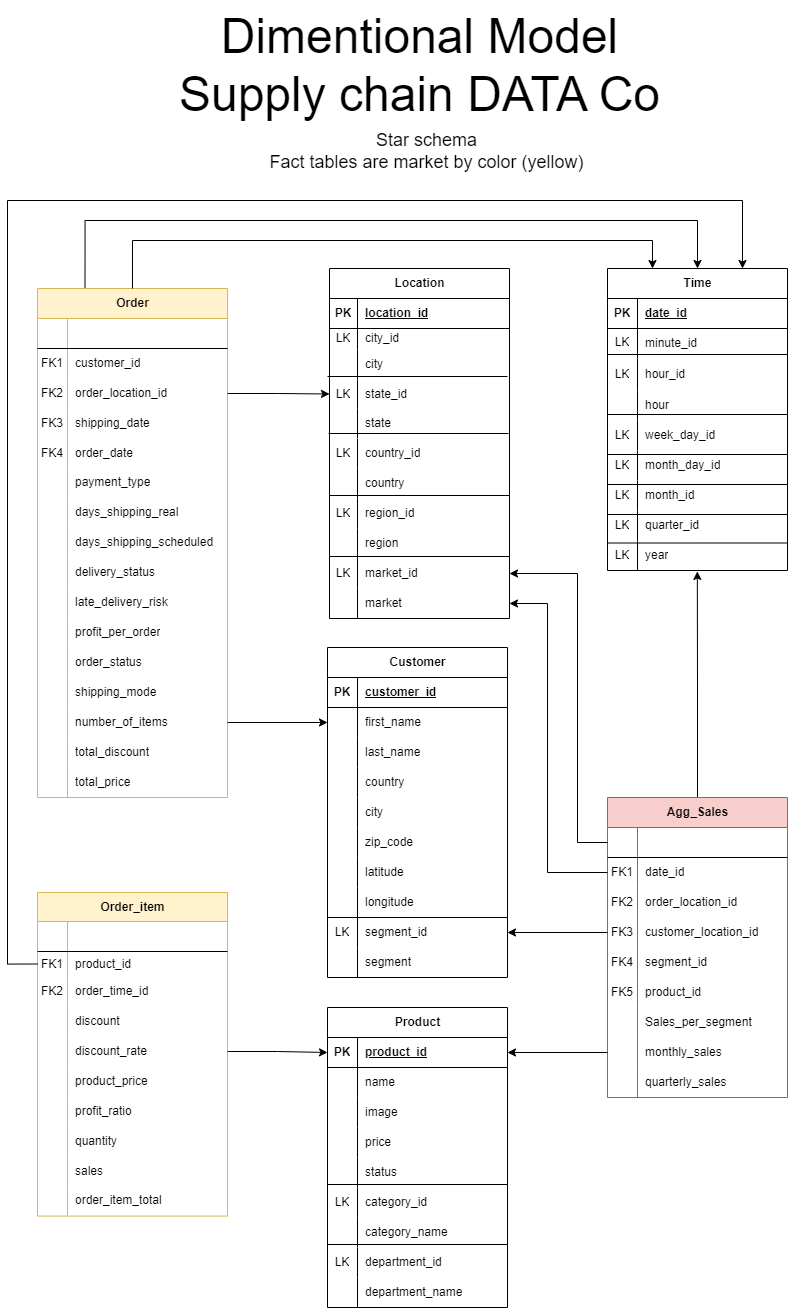
This is Model-designs/dimensional.drawio.png from crdsteixeira/DW_project, a draw.io export, as it was before one commit. Source tidied: cells renumbered, new cells last; positions are measured from the earlier drawing's top-left corner, leaving out a move shared by most shapes.
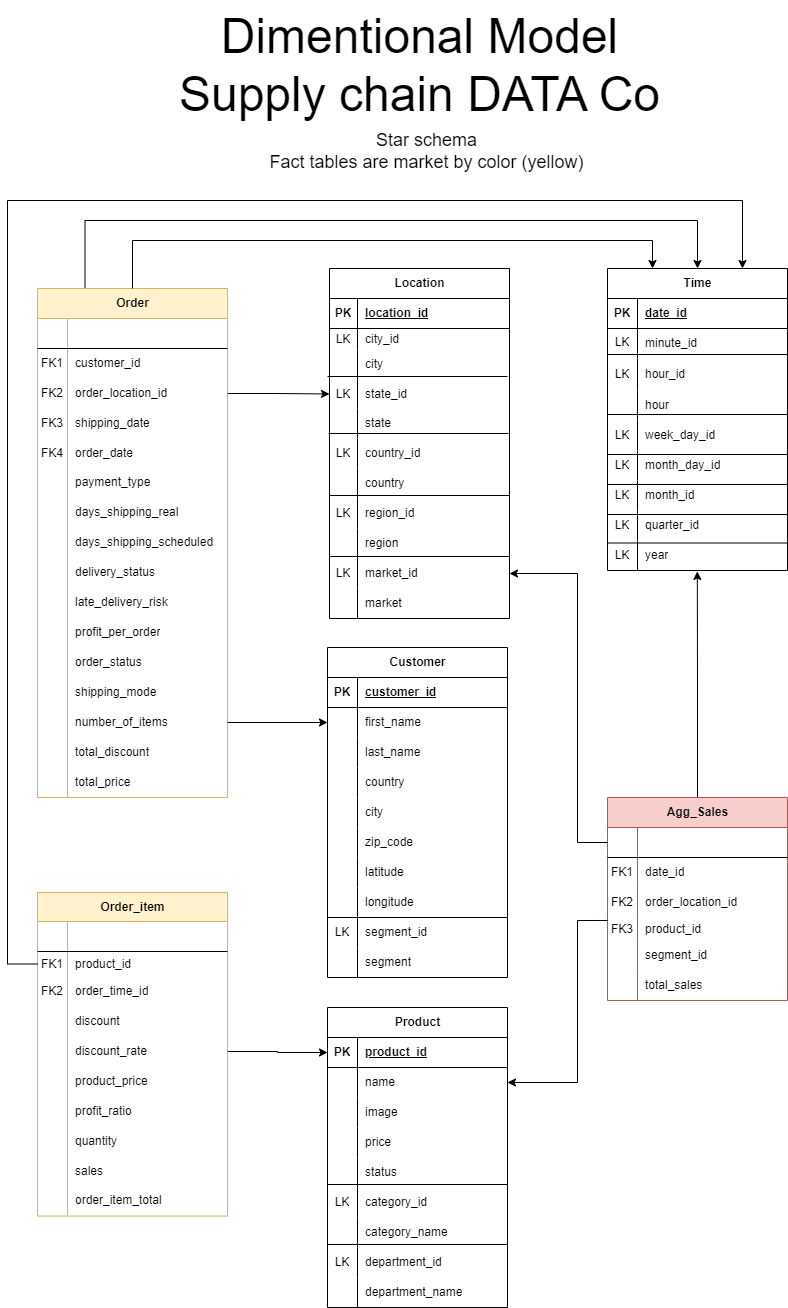
After the change.

What changed in the source:
```diff
@@ -254,7 +254,7 @@
       <mxGeometry relative="1" as="geometry" />
     </mxCell>
     <mxCell id="84" value="Agg_Sales" style="shape=table;startSize=30;rowLines=0;fontStyle=1;align=center;html=1;fillColor=#f8cecc;strokeColor=#b85450;" parent="1" vertex="1">
-      <mxGeometry x="600" y="797" width="180" height="300" as="geometry" />
+      <mxGeometry x="600" y="797" width="180" height="203" as="geometry" />
     </mxCell>
     <mxCell id="85" style="shape=tableRow;horizontal=0;startSize=0;swimlaneHead=0;swimlaneBody=0;fillColor=none;points=[[0,0.5],[1,0.5]];portConstraint=eastwest;top=0;left=0;right=0;bottom=1;" parent="84" vertex="1">
       <mxGeometry y="30" width="180" height="30" as="geometry" />
@@ -283,60 +283,33 @@
     <mxCell id="93" value="order_location_id" style="shape=partialRectangle;fillColor=none;top=0;left=0;bottom=0;right=0;align=left;spacingLeft=6;overflow=hidden;whiteSpace=wrap;html=1;strokeColor=#FF0019;fontColor=#000000;" parent="91" vertex="1">
       <mxGeometry x="30" width="150" height="30" as="geometry" />
     </mxCell>
-    <mxCell id="94" style="shape=tableRow;horizontal=0;startSize=0;swimlaneHead=0;swimlaneBody=0;fillColor=none;points=[[0,0.5],[1,0.5]];portConstraint=eastwest;top=0;left=0;right=0;bottom=0;" parent="84" vertex="1">
-      <mxGeometry y="120" width="180" height="30" as="geometry" />
-    </mxCell>
+    <mxCell id="259" style="shape=tableRow;horizontal=0;startSize=0;swimlaneHead=0;swimlaneBody=0;fillColor=none;points=[[0,0.5],[1,0.5]];portConstraint=eastwest;top=0;left=0;right=0;bottom=0;" parent="84" vertex="1">
+      <mxGeometry y="120" width="180" height="23" as="geometry" />
+    </mxCell>
-    <mxCell id="95" value="FK3" style="shape=partialRectangle;fillColor=none;top=0;left=0;bottom=0;right=0;overflow=hidden;whiteSpace=wrap;html=1;" parent="94" vertex="1">
-      <mxGeometry width="30" height="30" as="geometry" />
+    <mxCell id="95" value="FK3" style="shape=partialRectangle;fillColor=none;top=0;left=0;bottom=0;right=0;overflow=hidden;whiteSpace=wrap;html=1;" parent="259" vertex="1">
+      <mxGeometry width="30" height="23" as="geometry" />
     </mxCell>
-    <mxCell id="96" value="customer_location_id" style="shape=partialRectangle;fillColor=none;top=0;left=0;bottom=0;right=0;align=left;spacingLeft=6;overflow=hidden;whiteSpace=wrap;html=1;strokeColor=#FF0019;fontColor=#000000;" parent="94" vertex="1">
-      <mxGeometry x="30" width="150" height="30" as="geometry" />
-    </mxCell>
+    <mxCell id="102" value="product_id" style="shape=partialRectangle;fillColor=none;top=0;left=0;bottom=0;right=0;align=left;spacingLeft=6;overflow=hidden;whiteSpace=wrap;html=1;strokeColor=#FF0019;fontColor=#000000;" parent="259" vertex="1">
+      <mxGeometry x="30" width="150" height="23" as="geometry" />
+    </mxCell>
     <mxCell id="97" style="shape=tableRow;horizontal=0;startSize=0;swimlaneHead=0;swimlaneBody=0;fillColor=none;top=0;left=0;right=0;bottom=0;" parent="84" vertex="1">
-      <mxGeometry y="150" width="180" height="30" as="geometry" />
+      <mxGeometry y="143" width="180" height="30" as="geometry" />
     </mxCell>
-    <mxCell id="98" value="FK4" style="shape=partialRectangle;fillColor=none;top=0;left=0;bottom=0;right=0;overflow=hidden;whiteSpace=wrap;html=1;" parent="97" vertex="1">
+    <mxCell id="98" style="shape=partialRectangle;fillColor=none;top=0;left=0;bottom=0;right=0;overflow=hidden;whiteSpace=wrap;html=1;" parent="97" vertex="1">
       <mxGeometry width="30" height="30" as="geometry" />
     </mxCell>
     <mxCell id="99" value="segment_id" style="shape=partialRectangle;fillColor=none;top=0;left=0;bottom=0;right=0;align=left;spacingLeft=6;overflow=hidden;whiteSpace=wrap;html=1;strokeColor=#FF0019;fontColor=#000000;" parent="97" vertex="1">
       <mxGeometry x="30" width="150" height="30" as="geometry" />
     </mxCell>
-    <mxCell id="100" style="shape=tableRow;horizontal=0;startSize=0;swimlaneHead=0;swimlaneBody=0;fillColor=none;top=0;left=0;right=0;bottom=0;" parent="84" vertex="1">
-      <mxGeometry y="180" width="180" height="30" as="geometry" />
-    </mxCell>
-    <mxCell id="101" value="FK5" style="shape=partialRectangle;fillColor=none;top=0;left=0;bottom=0;right=0;overflow=hidden;whiteSpace=wrap;html=1;" parent="100" vertex="1">
-      <mxGeometry width="30" height="30" as="geometry" />
-    </mxCell>
-    <mxCell id="102" value="product_id" style="shape=partialRectangle;fillColor=none;top=0;left=0;bottom=0;right=0;align=left;spacingLeft=6;overflow=hidden;whiteSpace=wrap;html=1;strokeColor=#FF0019;fontColor=#000000;" parent="100" vertex="1">
-      <mxGeometry x="30" width="150" height="30" as="geometry" />
-    </mxCell>
     <mxCell id="103" style="shape=tableRow;horizontal=0;startSize=0;swimlaneHead=0;swimlaneBody=0;fillColor=none;top=0;left=0;right=0;bottom=0;" parent="84" vertex="1">
-      <mxGeometry y="210" width="180" height="30" as="geometry" />
+      <mxGeometry y="173" width="180" height="30" as="geometry" />
     </mxCell>
     <mxCell id="104" style="shape=partialRectangle;fillColor=none;top=0;left=0;bottom=0;right=0;overflow=hidden;whiteSpace=wrap;html=1;" parent="103" vertex="1">
       <mxGeometry width="30" height="30" as="geometry" />
     </mxCell>
-    <mxCell id="105" value="Sales_per_segment" style="shape=partialRectangle;fillColor=none;top=0;left=0;bottom=0;right=0;align=left;spacingLeft=6;overflow=hidden;whiteSpace=wrap;html=1;strokeColor=#000000;" parent="103" vertex="1">
+    <mxCell id="105" value="total_sales" style="shape=partialRectangle;fillColor=none;top=0;left=0;bottom=0;right=0;align=left;spacingLeft=6;overflow=hidden;whiteSpace=wrap;html=1;strokeColor=#000000;" parent="103" vertex="1">
       <mxGeometry x="30" width="150" height="30" as="geometry" />
     </mxCell>
-    <mxCell id="106" style="shape=tableRow;horizontal=0;startSize=0;swimlaneHead=0;swimlaneBody=0;fillColor=none;points=[[0,0.5],[1,0.5]];portConstraint=eastwest;top=0;left=0;right=0;bottom=0;" parent="84" vertex="1">
-      <mxGeometry y="240" width="180" height="30" as="geometry" />
-    </mxCell>
-    <mxCell id="107" style="shape=partialRectangle;fillColor=none;top=0;left=0;bottom=0;right=0;overflow=hidden;whiteSpace=wrap;html=1;" parent="106" vertex="1">
-      <mxGeometry width="30" height="30" as="geometry" />
-    </mxCell>
-    <mxCell id="108" value="monthly_sales" style="shape=partialRectangle;fillColor=none;top=0;left=0;bottom=0;right=0;align=left;spacingLeft=6;overflow=hidden;whiteSpace=wrap;html=1;" parent="106" vertex="1">
-      <mxGeometry x="30" width="150" height="30" as="geometry" />
-    </mxCell>
-    <mxCell id="109" style="shape=tableRow;horizontal=0;startSize=0;swimlaneHead=0;swimlaneBody=0;fillColor=none;top=0;left=0;right=0;bottom=0;" parent="84" vertex="1">
-      <mxGeometry y="270" width="180" height="30" as="geometry" />
-    </mxCell>
-    <mxCell id="110" style="shape=partialRectangle;fillColor=none;top=0;left=0;bottom=0;right=0;overflow=hidden;whiteSpace=wrap;html=1;" parent="109" vertex="1">
-      <mxGeometry width="30" height="30" as="geometry" />
-    </mxCell>
-    <mxCell id="111" value="quarterly_sales" style="shape=partialRectangle;fillColor=none;top=0;left=0;bottom=0;right=0;align=left;spacingLeft=6;overflow=hidden;whiteSpace=wrap;html=1;" parent="109" vertex="1">
-      <mxGeometry x="30" width="150" height="30" as="geometry" />
-    </mxCell>
     <mxCell id="112" value="Time" style="shape=table;startSize=30;rowLines=0;fontStyle=1;align=center;html=1;" parent="1" vertex="1">
       <mxGeometry x="600" y="268" width="180" height="302" as="geometry" />
     </mxCell>
@@ -750,10 +723,10 @@
         <mxPoint x="320" y="722" as="targetPoint" />
       </mxGeometry>
     </mxCell>
-    <mxCell id="249" style="edgeStyle=orthogonalEdgeStyle;rounded=0;jettySize=auto;html=1;exitX=0;exitY=0.5;exitDx=0;exitDy=0;" parent="1" edge="1" source="106" target="175">
+    <mxCell id="249" style="edgeStyle=orthogonalEdgeStyle;rounded=0;jettySize=auto;html=1;exitX=0;exitY=0.5;exitDx=0;exitDy=0;" parent="1" edge="1" target="175">
       <mxGeometry relative="1" as="geometry" />
     </mxCell>
-    <mxCell id="250" style="edgeStyle=orthogonalEdgeStyle;rounded=0;jettySize=auto;html=1;exitX=0;exitY=0.5;exitDx=0;exitDy=0;entryX=1;entryY=0.5;entryDx=0;entryDy=0;" parent="1" edge="1" source="94" target="227">
+    <mxCell id="250" style="edgeStyle=orthogonalEdgeStyle;rounded=0;jettySize=auto;html=1;exitX=0;exitY=0.5;exitDx=0;exitDy=0;entryX=1;entryY=0.5;entryDx=0;entryDy=0;" parent="1" edge="1" target="227">
       <mxGeometry relative="1" as="geometry" />
     </mxCell>
     <mxCell id="251" style="edgeStyle=orthogonalEdgeStyle;rounded=0;jettySize=auto;html=1;entryX=0.25;entryY=0;entryDx=0;entryDy=0;" parent="1" edge="1" target="112">
@@ -785,14 +758,6 @@
     <mxCell id="254" style="edgeStyle=orthogonalEdgeStyle;rounded=0;jettySize=auto;html=1;exitX=1;exitY=0.5;exitDx=0;exitDy=0;entryX=0;entryY=0.5;entryDx=0;entryDy=0;" parent="1" edge="1" source="65" target="175">
       <mxGeometry relative="1" as="geometry" />
     </mxCell>
-    <mxCell id="255" style="edgeStyle=orthogonalEdgeStyle;rounded=0;jettySize=auto;html=1;exitX=0;exitY=0.5;exitDx=0;exitDy=0;entryX=1;entryY=0.5;entryDx=0;entryDy=0;" parent="1" edge="1" source="88" target="171">
-      <mxGeometry relative="1" as="geometry">
-        <Array as="points">
-          <mxPoint x="540" y="872" />
-          <mxPoint x="540" y="603" />
-        </Array>
-      </mxGeometry>
-    </mxCell>
     <mxCell id="256" style="line;strokeWidth=1;fillColor=none;align=left;verticalAlign=middle;spacingTop=-1;spacingLeft=3;spacingRight=3;labelPosition=right;strokeColor=inherit;" parent="1" vertex="1">
       <mxGeometry x="600" y="410" width="180" height="8" as="geometry" />
     </mxCell>
@@ -802,5 +767,13 @@
     <mxCell id="258" value="LK" style="shape=partialRectangle;fillColor=none;top=0;left=0;bottom=0;right=0;overflow=hidden;whiteSpace=wrap;html=1;" parent="1" vertex="1">
       <mxGeometry x="600" y="326" width="30" height="32" as="geometry" />
     </mxCell>
+    <mxCell id="260" style="endArrow=classic;html=1;rounded=0;exitX=0;exitY=0.13;exitDx=0;exitDy=0;exitPerimeter=0;entryX=1;entryY=0.5;entryDx=0;entryDy=0;" parent="1" edge="1" source="259" target="178">
+      <mxGeometry relative="1" as="geometry">
+        <Array as="points">
+          <mxPoint x="570" y="920" />
+          <mxPoint x="570" y="1082" />
+        </Array>
+      </mxGeometry>
+    </mxCell>
   </root>
 </mxGraphModel>
```
